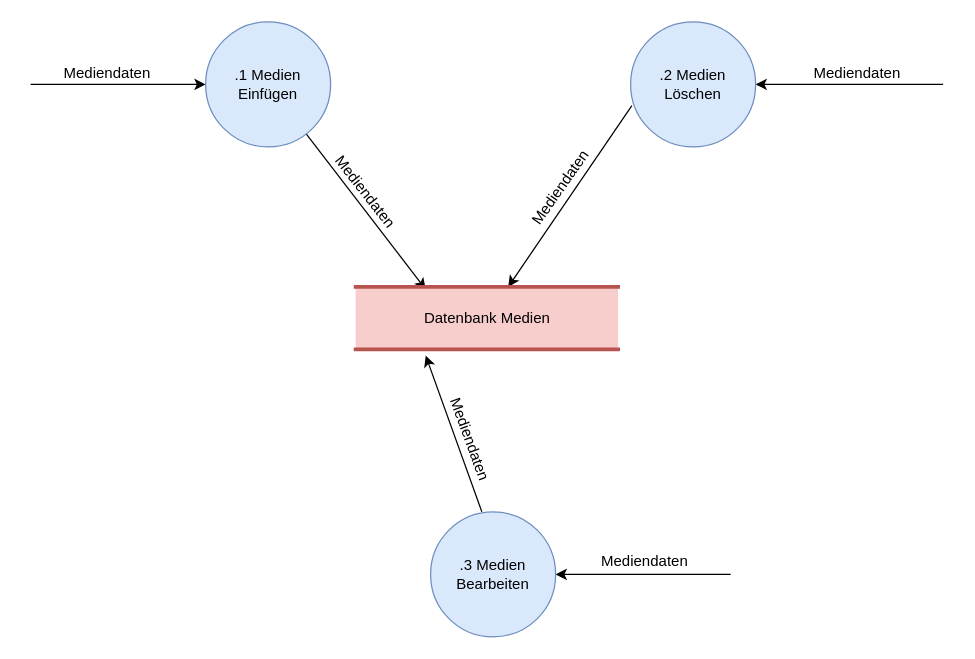
mostermann96/SWT2 keeps this draw.io diagram as 2_Ontologies/Strukturierte Analyse/DFDs/Level2/DFD_2_Einfuege_Loesche_Bearbeite_Medium.drawio. Above is the earlier version. Source tidied: cells renumbered, new cells numbered last; positions are measured from the earlier drawing's top-left corner, leaving out a move shared by most shapes. Both pictures are drawn from the tidied source at 125%, with x=0, y=0 at pixel (30, 21).
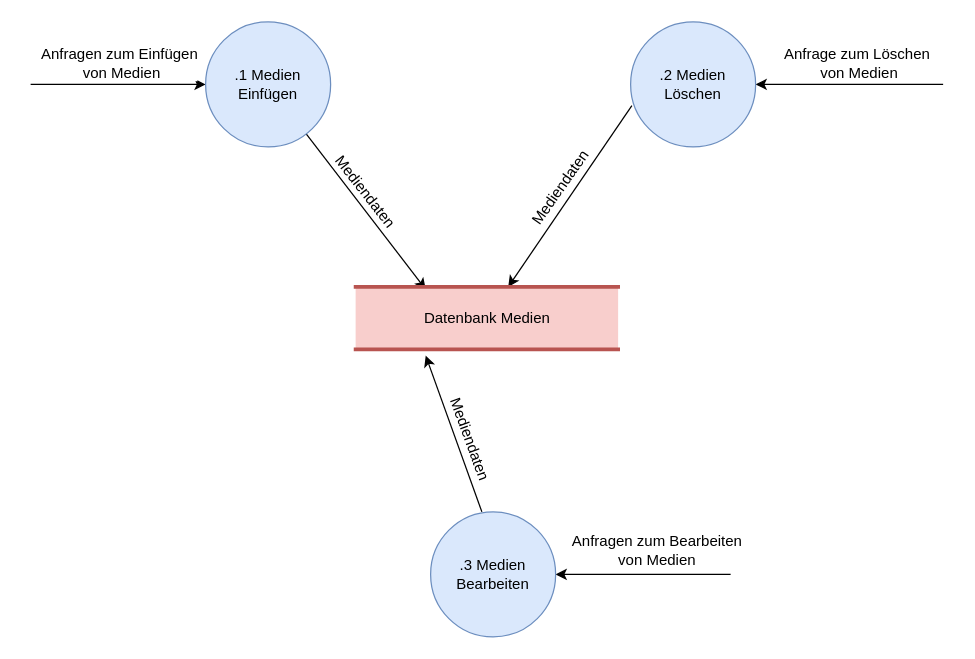
The same diagram, later.

Commit message (it also covers changes not shown here):
slight changes to Medien-DFDs, added Medien-Dictionary

Unchanged cells that the change refers to:
```xml
<mxCell id="4" style="edgeStyle=none;rounded=0;jettySize=auto;html=1;exitX=0;exitY=0.5;exitDx=0;exitDy=0;startArrow=classic;startFill=1;endArrow=none;endFill=0;" parent="1" edge="1" source="6">
  <mxGeometry relative="1" as="geometry">
    <mxPoint y="50" as="targetPoint" />
  </mxGeometry>
</mxCell>
<mxCell id="12" style="edgeStyle=none;rounded=0;jettySize=auto;html=1;startArrow=classic;startFill=1;endArrow=none;endFill=0;" parent="1" edge="1" source="15">
  <mxGeometry relative="1" as="geometry">
    <mxPoint x="730" y="50" as="targetPoint" />
  </mxGeometry>
</mxCell>
<mxCell id="16" style="edgeStyle=none;rounded=0;jettySize=auto;html=1;exitX=1;exitY=0.5;exitDx=0;exitDy=0;startArrow=classic;startFill=1;endArrow=none;endFill=0;" parent="1" edge="1" source="18">
  <mxGeometry relative="1" as="geometry">
    <mxPoint x="560" y="442" as="targetPoint" />
  </mxGeometry>
</mxCell>
```

Change to the diagram source:
```diff
@@
-    <mxCell id="5" value="Mediendaten" style="text;html=1;align=center;verticalAlign=middle;labelBackgroundColor=#ffffff;" parent="4" vertex="1">
+    <mxCell id="5" value="Anfragen zum Einfügen&lt;br&gt;&amp;nbsp;von Medien" style="text;html=1;align=center;verticalAlign=middle;labelBackgroundColor=#ffffff;" parent="4" vertex="1">
       <mxGeometry x="0.39" relative="1" as="geometry">
-        <mxPoint x="17" y="-10" as="offset" />
+        <mxPoint x="27" y="-18" as="offset" />
       </mxGeometry>
     </mxCell>
@@
-    <mxCell id="14" value="Mediendaten" style="text;html=1;align=center;verticalAlign=middle;labelBackgroundColor=#ffffff;" parent="12" vertex="1">
+    <mxCell id="14" value="Anfrage zum Löschen&lt;br&gt;&amp;nbsp;von Medien" style="text;html=1;align=center;verticalAlign=middle;labelBackgroundColor=#ffffff;" parent="12" vertex="1">
       <mxGeometry x="-0.32" relative="1" as="geometry">
-        <mxPoint x="29" y="-10" as="offset" />
+        <mxPoint x="29" y="-18" as="offset" />
       </mxGeometry>
     </mxCell>
@@
-    <mxCell id="17" value="Mediendaten" style="text;html=1;align=center;verticalAlign=middle;labelBackgroundColor=#ffffff;" parent="16" vertex="1">
+    <mxCell id="17" value="Anfragen zum Bearbeiten &lt;br&gt;von Medien" style="text;html=1;align=center;verticalAlign=middle;labelBackgroundColor=#ffffff;" parent="16" vertex="1">
       <mxGeometry x="0.16" y="1" relative="1" as="geometry">
-        <mxPoint x="-11" y="-10" as="offset" />
+        <mxPoint x="-1" y="-19" as="offset" />
       </mxGeometry>
     </mxCell>
```
